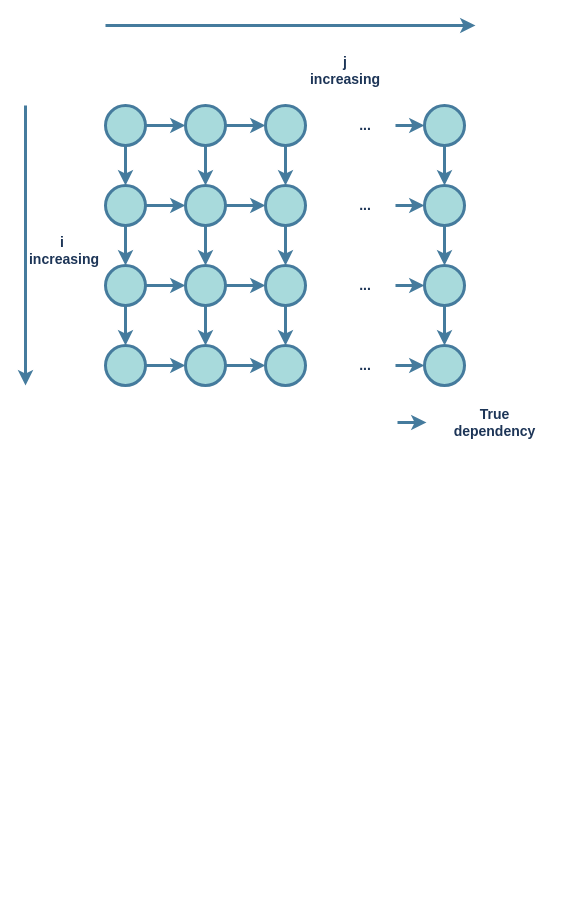
This is Untitled Diagram.drawio from heyyprateek/draw.io, a draw.io file, before an edit. Source tidied: cells renumbered, new cells numbered last; positions are measured from the earlier drawing's top-left corner, leaving out a move shared by most shapes. Both pictures are drawn from the tidied source at 100%, with x=0, y=0 at pixel (25, 25).
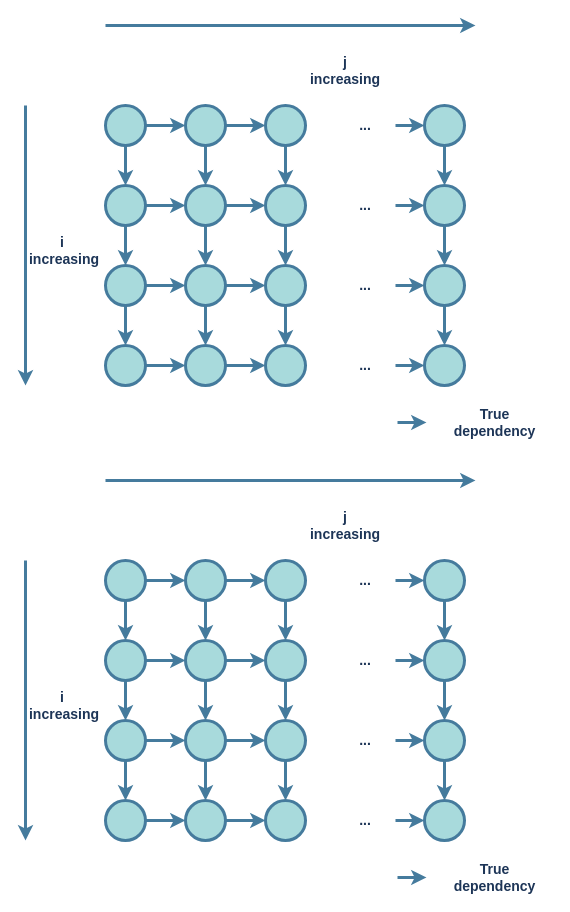
The same page after the edit.

The edit, as a diff of the source:
```diff
@@
+    <mxCell id="52" style="edgeStyle=orthogonalEdgeStyle;rounded=0;jettySize=auto;html=1;labelBackgroundColor=none;strokeColor=#457B9D;fontColor=default;fontSize=14;fontStyle=1;strokeWidth=3;" parent="1" edge="1" source="54" target="57">
+      <mxGeometry relative="1" as="geometry" />
+    </mxCell>
+    <mxCell id="53" style="edgeStyle=orthogonalEdgeStyle;rounded=0;jettySize=auto;html=1;labelBackgroundColor=none;strokeColor=#457B9D;fontColor=default;fontSize=14;fontStyle=1;strokeWidth=3;" parent="1" edge="1" source="54" target="76">
+      <mxGeometry relative="1" as="geometry" />
+    </mxCell>
+    <mxCell id="54" style="ellipse;whiteSpace=wrap;html=1;labelBackgroundColor=none;fillColor=#A8DADC;strokeColor=#457B9D;fontColor=#1D3557;fontSize=14;fontStyle=1;strokeWidth=3;" parent="1" vertex="1">
+      <mxGeometry x="80" y="535" width="40" height="40" as="geometry" />
+    </mxCell>
+    <mxCell id="55" style="edgeStyle=orthogonalEdgeStyle;rounded=0;jettySize=auto;html=1;exitX=1;exitY=0.5;exitDx=0;exitDy=0;entryX=0;entryY=0.5;entryDx=0;entryDy=0;labelBackgroundColor=none;strokeColor=#457B9D;fontColor=default;fontSize=14;fontStyle=1;strokeWidth=3;" parent="1" edge="1" source="57" target="60">
+      <mxGeometry relative="1" as="geometry" />
+    </mxCell>
+    <mxCell id="56" style="edgeStyle=orthogonalEdgeStyle;rounded=0;jettySize=auto;html=1;labelBackgroundColor=none;strokeColor=#457B9D;fontColor=default;fontSize=14;fontStyle=1;strokeWidth=3;" parent="1" edge="1" source="57" target="63">
+      <mxGeometry relative="1" as="geometry" />
+    </mxCell>
+    <mxCell id="57" style="ellipse;whiteSpace=wrap;html=1;labelBackgroundColor=none;fillColor=#A8DADC;strokeColor=#457B9D;fontColor=#1D3557;fontSize=14;fontStyle=1;strokeWidth=3;" parent="1" vertex="1">
+      <mxGeometry x="80" y="615" width="40" height="40" as="geometry" />
+    </mxCell>
+    <mxCell id="58" style="edgeStyle=orthogonalEdgeStyle;rounded=0;jettySize=auto;html=1;labelBackgroundColor=none;strokeColor=#457B9D;fontColor=default;fontSize=14;fontStyle=1;strokeWidth=3;" parent="1" edge="1" source="60" target="66">
+      <mxGeometry relative="1" as="geometry" />
+    </mxCell>
+    <mxCell id="59" style="edgeStyle=orthogonalEdgeStyle;rounded=0;jettySize=auto;html=1;labelBackgroundColor=none;strokeColor=#457B9D;fontColor=default;fontSize=14;fontStyle=1;strokeWidth=3;" parent="1" edge="1" source="60" target="78">
+      <mxGeometry relative="1" as="geometry" />
+    </mxCell>
+    <mxCell id="60" style="ellipse;whiteSpace=wrap;html=1;labelBackgroundColor=none;fillColor=#A8DADC;strokeColor=#457B9D;fontColor=#1D3557;fontSize=14;fontStyle=1;strokeWidth=3;" parent="1" vertex="1">
+      <mxGeometry x="160" y="615" width="40" height="40" as="geometry" />
+    </mxCell>
+    <mxCell id="61" style="edgeStyle=orthogonalEdgeStyle;rounded=0;jettySize=auto;html=1;labelBackgroundColor=none;strokeColor=#457B9D;fontColor=default;fontSize=14;fontStyle=1;strokeWidth=3;" parent="1" edge="1" source="63" target="66">
+      <mxGeometry relative="1" as="geometry" />
+    </mxCell>
+    <mxCell id="62" style="edgeStyle=orthogonalEdgeStyle;rounded=0;jettySize=auto;html=1;labelBackgroundColor=none;strokeColor=#457B9D;fontColor=default;fontSize=14;fontStyle=1;strokeWidth=3;" parent="1" edge="1" source="63" target="70">
+      <mxGeometry relative="1" as="geometry" />
+    </mxCell>
+    <mxCell id="63" style="ellipse;whiteSpace=wrap;html=1;labelBackgroundColor=none;fillColor=#A8DADC;strokeColor=#457B9D;fontColor=#1D3557;fontSize=14;fontStyle=1;strokeWidth=3;" parent="1" vertex="1">
+      <mxGeometry x="80" y="695" width="40" height="40" as="geometry" />
+    </mxCell>
+    <mxCell id="64" style="edgeStyle=orthogonalEdgeStyle;rounded=0;jettySize=auto;html=1;labelBackgroundColor=none;strokeColor=#457B9D;fontColor=default;fontSize=14;fontStyle=1;strokeWidth=3;" parent="1" edge="1" source="66" target="68">
+      <mxGeometry relative="1" as="geometry" />
+    </mxCell>
+    <mxCell id="65" style="edgeStyle=orthogonalEdgeStyle;rounded=0;jettySize=auto;html=1;labelBackgroundColor=none;strokeColor=#457B9D;fontColor=default;fontSize=14;fontStyle=1;strokeWidth=3;" parent="1" edge="1" source="66" target="72">
+      <mxGeometry relative="1" as="geometry" />
+    </mxCell>
+    <mxCell id="66" style="ellipse;whiteSpace=wrap;html=1;labelBackgroundColor=none;fillColor=#A8DADC;strokeColor=#457B9D;fontColor=#1D3557;fontSize=14;fontStyle=1;strokeWidth=3;" parent="1" vertex="1">
+      <mxGeometry x="160" y="695" width="40" height="40" as="geometry" />
+    </mxCell>
+    <mxCell id="67" style="edgeStyle=orthogonalEdgeStyle;rounded=0;jettySize=auto;html=1;labelBackgroundColor=none;strokeColor=#457B9D;fontColor=default;fontSize=14;fontStyle=1;strokeWidth=3;" parent="1" edge="1" source="68" target="73">
+      <mxGeometry relative="1" as="geometry" />
+    </mxCell>
+    <mxCell id="68" style="ellipse;whiteSpace=wrap;html=1;labelBackgroundColor=none;fillColor=#A8DADC;strokeColor=#457B9D;fontColor=#1D3557;fontSize=14;fontStyle=1;strokeWidth=3;" parent="1" vertex="1">
+      <mxGeometry x="240" y="695" width="40" height="40" as="geometry" />
+    </mxCell>
+    <mxCell id="69" style="edgeStyle=orthogonalEdgeStyle;rounded=0;jettySize=auto;html=1;labelBackgroundColor=none;strokeColor=#457B9D;fontColor=default;fontSize=14;fontStyle=1;strokeWidth=3;" parent="1" edge="1" source="70" target="72">
+      <mxGeometry relative="1" as="geometry" />
+    </mxCell>
+    <mxCell id="70" style="ellipse;whiteSpace=wrap;html=1;labelBackgroundColor=none;fillColor=#A8DADC;strokeColor=#457B9D;fontColor=#1D3557;fontSize=14;fontStyle=1;strokeWidth=3;" parent="1" vertex="1">
+      <mxGeometry x="80" y="775" width="40" height="40" as="geometry" />
+    </mxCell>
+    <mxCell id="71" style="edgeStyle=orthogonalEdgeStyle;rounded=0;jettySize=auto;html=1;labelBackgroundColor=none;strokeColor=#457B9D;fontColor=default;fontSize=14;fontStyle=1;strokeWidth=3;" parent="1" edge="1" source="72" target="73">
+      <mxGeometry relative="1" as="geometry" />
+    </mxCell>
+    <mxCell id="72" style="ellipse;whiteSpace=wrap;html=1;labelBackgroundColor=none;fillColor=#A8DADC;strokeColor=#457B9D;fontColor=#1D3557;fontSize=14;fontStyle=1;strokeWidth=3;" parent="1" vertex="1">
+      <mxGeometry x="160" y="775" width="40" height="40" as="geometry" />
+    </mxCell>
+    <mxCell id="73" style="ellipse;whiteSpace=wrap;html=1;labelBackgroundColor=none;fillColor=#A8DADC;strokeColor=#457B9D;fontColor=#1D3557;fontSize=14;fontStyle=1;strokeWidth=3;" parent="1" vertex="1">
+      <mxGeometry x="240" y="775" width="40" height="40" as="geometry" />
+    </mxCell>
+    <mxCell id="74" style="endArrow=classic;html=1;rounded=0;exitX=0.5;exitY=1;exitDx=0;exitDy=0;entryX=0.5;entryY=0;entryDx=0;entryDy=0;labelBackgroundColor=none;strokeColor=#457B9D;fontColor=default;fontSize=14;fontStyle=1;strokeWidth=3;" parent="1" edge="1" source="76" target="60">
+      <mxGeometry relative="1" as="geometry" />
+    </mxCell>
+    <mxCell id="75" style="edgeStyle=orthogonalEdgeStyle;rounded=0;jettySize=auto;html=1;labelBackgroundColor=none;strokeColor=#457B9D;fontColor=default;fontSize=14;fontStyle=1;strokeWidth=3;" parent="1" edge="1" source="76" target="80">
+      <mxGeometry relative="1" as="geometry" />
+    </mxCell>
+    <mxCell id="76" style="ellipse;whiteSpace=wrap;html=1;labelBackgroundColor=none;fillColor=#A8DADC;strokeColor=#457B9D;fontColor=#1D3557;fontSize=14;fontStyle=1;strokeWidth=3;" parent="1" vertex="1">
+      <mxGeometry x="160" y="535" width="40" height="40" as="geometry" />
+    </mxCell>
+    <mxCell id="77" style="edgeStyle=orthogonalEdgeStyle;rounded=0;jettySize=auto;html=1;labelBackgroundColor=none;strokeColor=#457B9D;fontColor=default;fontSize=14;fontStyle=1;strokeWidth=3;" parent="1" edge="1" source="78" target="68">
+      <mxGeometry relative="1" as="geometry" />
+    </mxCell>
+    <mxCell id="78" style="ellipse;whiteSpace=wrap;html=1;labelBackgroundColor=none;fillColor=#A8DADC;strokeColor=#457B9D;fontColor=#1D3557;fontSize=14;fontStyle=1;strokeWidth=3;" parent="1" vertex="1">
+      <mxGeometry x="240" y="615" width="40" height="40" as="geometry" />
+    </mxCell>
+    <mxCell id="79" style="edgeStyle=orthogonalEdgeStyle;rounded=0;jettySize=auto;html=1;labelBackgroundColor=none;strokeColor=#457B9D;fontColor=default;fontSize=14;fontStyle=1;strokeWidth=3;" parent="1" edge="1" source="80" target="78">
+      <mxGeometry relative="1" as="geometry" />
+    </mxCell>
+    <mxCell id="80" style="ellipse;whiteSpace=wrap;html=1;labelBackgroundColor=none;fillColor=#A8DADC;strokeColor=#457B9D;fontColor=#1D3557;fontSize=14;fontStyle=1;strokeWidth=3;" parent="1" vertex="1">
+      <mxGeometry x="240" y="535" width="40" height="40" as="geometry" />
+    </mxCell>
+    <mxCell id="81" style="edgeStyle=orthogonalEdgeStyle;rounded=0;jettySize=auto;html=1;labelBackgroundColor=none;strokeColor=#457B9D;fontColor=default;fontSize=14;fontStyle=1;strokeWidth=3;" parent="1" edge="1" source="82" target="83">
+      <mxGeometry relative="1" as="geometry" />
+    </mxCell>
+    <mxCell id="82" style="ellipse;whiteSpace=wrap;html=1;labelBackgroundColor=none;fillColor=#A8DADC;strokeColor=#457B9D;fontColor=#1D3557;fontSize=14;fontStyle=1;strokeWidth=3;" parent="1" vertex="1">
+      <mxGeometry x="399" y="695" width="40" height="40" as="geometry" />
+    </mxCell>
+    <mxCell id="83" style="ellipse;whiteSpace=wrap;html=1;labelBackgroundColor=none;fillColor=#A8DADC;strokeColor=#457B9D;fontColor=#1D3557;fontSize=14;fontStyle=1;strokeWidth=3;" parent="1" vertex="1">
+      <mxGeometry x="399" y="775" width="40" height="40" as="geometry" />
+    </mxCell>
+    <mxCell id="84" style="edgeStyle=orthogonalEdgeStyle;rounded=0;jettySize=auto;html=1;labelBackgroundColor=none;strokeColor=#457B9D;fontColor=default;fontSize=14;fontStyle=1;strokeWidth=3;" parent="1" edge="1" source="85" target="82">
+      <mxGeometry relative="1" as="geometry" />
+    </mxCell>
+    <mxCell id="85" style="ellipse;whiteSpace=wrap;html=1;labelBackgroundColor=none;fillColor=#A8DADC;strokeColor=#457B9D;fontColor=#1D3557;fontSize=14;fontStyle=1;strokeWidth=3;" parent="1" vertex="1">
+      <mxGeometry x="399" y="615" width="40" height="40" as="geometry" />
+    </mxCell>
+    <mxCell id="86" style="edgeStyle=orthogonalEdgeStyle;rounded=0;jettySize=auto;html=1;labelBackgroundColor=none;strokeColor=#457B9D;fontColor=default;fontSize=14;fontStyle=1;strokeWidth=3;" parent="1" edge="1" source="87" target="85">
+      <mxGeometry relative="1" as="geometry" />
+    </mxCell>
+    <mxCell id="87" style="ellipse;whiteSpace=wrap;html=1;labelBackgroundColor=none;fillColor=#A8DADC;strokeColor=#457B9D;fontColor=#1D3557;fontSize=14;fontStyle=1;strokeWidth=3;" parent="1" vertex="1">
+      <mxGeometry x="399" y="535" width="40" height="40" as="geometry" />
+    </mxCell>
+    <mxCell id="88" style="edgeStyle=orthogonalEdgeStyle;rounded=0;jettySize=auto;html=1;labelBackgroundColor=none;strokeColor=#457B9D;fontColor=default;fontSize=14;fontStyle=1;strokeWidth=3;" parent="1" edge="1" source="89" target="87">
+      <mxGeometry relative="1" as="geometry" />
+    </mxCell>
+    <mxCell id="89" value="..." style="text;html=1;strokeColor=none;fillColor=none;align=center;verticalAlign=middle;whiteSpace=wrap;rounded=0;labelBackgroundColor=none;fontColor=#1D3557;fontSize=14;fontStyle=1;strokeWidth=3;" parent="1" vertex="1">
+      <mxGeometry x="310" y="540" width="60" height="30" as="geometry" />
+    </mxCell>
+    <mxCell id="90" style="edgeStyle=orthogonalEdgeStyle;rounded=0;jettySize=auto;html=1;labelBackgroundColor=none;strokeColor=#457B9D;fontColor=default;fontSize=14;fontStyle=1;strokeWidth=3;" parent="1" edge="1" source="91" target="85">
+      <mxGeometry relative="1" as="geometry" />
+    </mxCell>
+    <mxCell id="91" value="..." style="text;html=1;strokeColor=none;fillColor=none;align=center;verticalAlign=middle;whiteSpace=wrap;rounded=0;labelBackgroundColor=none;fontColor=#1D3557;fontSize=14;fontStyle=1;strokeWidth=3;" parent="1" vertex="1">
+      <mxGeometry x="310" y="620" width="60" height="30" as="geometry" />
+    </mxCell>
+    <mxCell id="92" style="edgeStyle=orthogonalEdgeStyle;rounded=0;jettySize=auto;html=1;labelBackgroundColor=none;strokeColor=#457B9D;fontColor=default;fontSize=14;fontStyle=1;strokeWidth=3;" parent="1" edge="1" source="93" target="82">
+      <mxGeometry relative="1" as="geometry" />
+    </mxCell>
+    <mxCell id="93" value="..." style="text;html=1;strokeColor=none;fillColor=none;align=center;verticalAlign=middle;whiteSpace=wrap;rounded=0;labelBackgroundColor=none;fontColor=#1D3557;fontSize=14;fontStyle=1;strokeWidth=3;" parent="1" vertex="1">
+      <mxGeometry x="310" y="700" width="60" height="30" as="geometry" />
+    </mxCell>
+    <mxCell id="94" style="edgeStyle=orthogonalEdgeStyle;rounded=0;jettySize=auto;html=1;labelBackgroundColor=none;strokeColor=#457B9D;fontColor=default;fontSize=14;fontStyle=1;strokeWidth=3;" parent="1" edge="1" source="95" target="83">
+      <mxGeometry relative="1" as="geometry" />
+    </mxCell>
+    <mxCell id="95" value="..." style="text;html=1;strokeColor=none;fillColor=none;align=center;verticalAlign=middle;whiteSpace=wrap;rounded=0;labelBackgroundColor=none;fontColor=#1D3557;fontSize=14;fontStyle=1;strokeWidth=3;" parent="1" vertex="1">
+      <mxGeometry x="310" y="780" width="60" height="30" as="geometry" />
+    </mxCell>
+    <mxCell id="96" style="endArrow=classic;html=1;rounded=0;labelBackgroundColor=none;strokeColor=#457B9D;fontColor=default;fontSize=14;fontStyle=1;strokeWidth=3;" parent="1" edge="1">
+      <mxGeometry relative="1" as="geometry">
+        <mxPoint y="535" as="sourcePoint" />
+        <mxPoint y="815" as="targetPoint" />
+      </mxGeometry>
+    </mxCell>
+    <mxCell id="97" value="i&amp;nbsp; increasing" style="text;html=1;strokeColor=none;fillColor=none;align=center;verticalAlign=middle;whiteSpace=wrap;rounded=0;labelBackgroundColor=none;fontColor=#1D3557;fontSize=14;fontStyle=1;strokeWidth=3;" parent="1" vertex="1">
+      <mxGeometry x="9" y="665" width="60" height="30" as="geometry" />
+    </mxCell>
+    <mxCell id="98" value="&lt;div style=&quot;font-size: 14px;&quot;&gt;j&lt;/div&gt;&lt;div style=&quot;font-size: 14px;&quot;&gt;increasing&lt;br style=&quot;font-size: 14px;&quot;&gt;&lt;/div&gt;" style="text;html=1;strokeColor=none;fillColor=none;align=center;verticalAlign=middle;whiteSpace=wrap;rounded=0;labelBackgroundColor=none;fontColor=#1D3557;fontSize=14;fontStyle=1;strokeWidth=3;" parent="1" vertex="1">
+      <mxGeometry x="290" y="485" width="60" height="30" as="geometry" />
+    </mxCell>
+    <mxCell id="99" style="endArrow=classic;html=1;rounded=0;labelBackgroundColor=none;strokeColor=#457B9D;fontColor=default;fontSize=14;fontStyle=1;strokeWidth=3;" parent="1" edge="1">
+      <mxGeometry relative="1" as="geometry">
+        <mxPoint x="80" y="455" as="sourcePoint" />
+        <mxPoint x="450" y="455" as="targetPoint" />
+      </mxGeometry>
+    </mxCell>
+    <mxCell id="100" style="edgeStyle=orthogonalEdgeStyle;rounded=0;orthogonalLoop=1;jettySize=auto;html=1;labelBackgroundColor=none;strokeColor=#457B9D;fontColor=default;fontSize=14;fontStyle=1;strokeWidth=3;" parent="1" edge="1">
+      <mxGeometry relative="1" as="geometry">
+        <mxPoint x="372" y="852" as="sourcePoint" />
+        <mxPoint x="401" y="852" as="targetPoint" />
+      </mxGeometry>
+    </mxCell>
+    <mxCell id="101" value="True dependency" style="text;html=1;strokeColor=none;fillColor=none;align=center;verticalAlign=middle;whiteSpace=wrap;rounded=0;labelBackgroundColor=none;fontColor=#1D3557;fontSize=14;fontStyle=1;strokeWidth=3;" parent="1" vertex="1">
+      <mxGeometry x="412" y="837" width="115" height="30" as="geometry" />
+    </mxCell>
```
